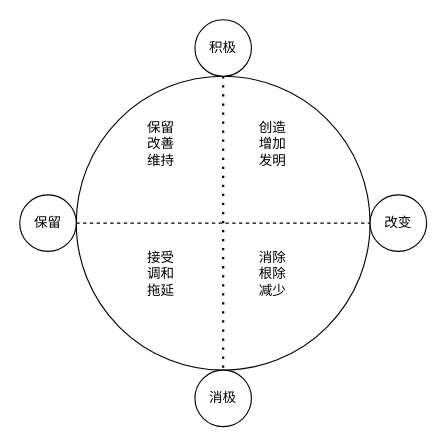
Above: 改变之轮.drawio in jack-sung/test (draw.io), before the change. Source tidied: cells renumbered, new cells numbered last; positions are measured from the earlier drawing's top-left corner, leaving out a move shared by most shapes. Both pictures are drawn from the tidied source at 113%, with x=0, y=0 at pixel (19, 19).
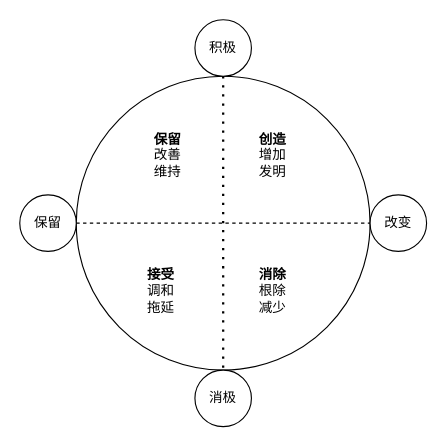
The same page after the edit.

Commit message (it also covers changes not shown here):
更新改变之轮.drawio

The edit, as a diff of the source:
```diff
@@
 <mxGraphModel>
   <root>
     <mxCell id="0" />
     <mxCell id="1" parent="0" />
     <mxCell id="2" style="ellipse;whiteSpace=wrap;html=1;" parent="1" vertex="1">
       <mxGeometry x="50" y="50" width="260" height="260" as="geometry" />
     </mxCell>
     <mxCell id="3" value="积极" style="ellipse;whiteSpace=wrap;html=1;" parent="1" vertex="1">
       <mxGeometry x="155" width="50" height="50" as="geometry" />
     </mxCell>
     <mxCell id="4" value="消极" style="ellipse;whiteSpace=wrap;html=1;" parent="1" vertex="1">
       <mxGeometry x="155" y="310" width="50" height="50" as="geometry" />
     </mxCell>
     <mxCell id="5" value="保留" style="ellipse;whiteSpace=wrap;html=1;" parent="1" vertex="1">
       <mxGeometry y="155" width="50" height="50" as="geometry" />
     </mxCell>
     <mxCell id="6" value="改变" style="ellipse;whiteSpace=wrap;html=1;" parent="1" vertex="1">
       <mxGeometry x="310" y="155" width="50" height="50" as="geometry" />
     </mxCell>
     <mxCell id="7" style="endArrow=none;dashed=1;html=1;dashPattern=1 3;strokeWidth=2;rounded=0;entryX=0.5;entryY=1;entryDx=0;entryDy=0;" parent="1" edge="1" source="3" target="2">
       <mxGeometry relative="1" as="geometry" />
     </mxCell>
     <mxCell id="8" style="endArrow=none;dashed=1;html=1;rounded=0;entryX=0;entryY=0.5;entryDx=0;entryDy=0;" parent="1" edge="1" source="5" target="6">
       <mxGeometry relative="1" as="geometry" />
     </mxCell>
-    <mxCell id="9" value="创造&lt;br&gt;增加&lt;br&gt;发明" style="text;html=1;strokeColor=none;fillColor=none;align=center;verticalAlign=middle;whiteSpace=wrap;rounded=0;" parent="1" vertex="1">
-      <mxGeometry x="194" y="90" width="60" height="40" as="geometry" />
+    <mxCell id="9" value="&lt;b&gt;创造&lt;/b&gt;&lt;br&gt;增加&lt;br&gt;发明" style="text;html=1;strokeColor=none;fillColor=none;align=center;verticalAlign=middle;whiteSpace=wrap;rounded=0;" parent="1" vertex="1">
+      <mxGeometry x="194" y="90" width="60" height="60" as="geometry" />
     </mxCell>
-    <mxCell id="10" value="消除&lt;br&gt;根除&lt;br&gt;减少" style="text;html=1;strokeColor=none;fillColor=none;align=center;verticalAlign=middle;whiteSpace=wrap;rounded=0;" parent="1" vertex="1">
-      <mxGeometry x="194" y="210" width="60" height="30" as="geometry" />
+    <mxCell id="10" value="&lt;b&gt;消除&lt;/b&gt;&lt;br&gt;根除&lt;br&gt;减少" style="text;html=1;strokeColor=none;fillColor=none;align=center;verticalAlign=middle;whiteSpace=wrap;rounded=0;" parent="1" vertex="1">
+      <mxGeometry x="194" y="210" width="60" height="60" as="geometry" />
     </mxCell>
-    <mxCell id="11" value="保留&lt;br&gt;改善&lt;br&gt;维持" style="text;html=1;strokeColor=none;fillColor=none;align=center;verticalAlign=middle;whiteSpace=wrap;rounded=0;" parent="1" vertex="1">
-      <mxGeometry x="95" y="95" width="60" height="30" as="geometry" />
+    <mxCell id="11" value="&lt;b&gt;保留&lt;/b&gt;&lt;br&gt;改善&lt;br&gt;维持" style="text;html=1;strokeColor=none;fillColor=none;align=center;verticalAlign=middle;whiteSpace=wrap;rounded=0;" parent="1" vertex="1">
+      <mxGeometry x="101" y="90" width="60" height="60" as="geometry" />
     </mxCell>
-    <mxCell id="12" value="接受&lt;br&gt;调和&lt;br&gt;拖延" style="text;html=1;strokeColor=none;fillColor=none;align=center;verticalAlign=middle;whiteSpace=wrap;rounded=0;" parent="1" vertex="1">
-      <mxGeometry x="95" y="210" width="60" height="30" as="geometry" />
+    <mxCell id="12" value="&lt;b&gt;接受&lt;/b&gt;&lt;br&gt;调和&lt;br&gt;拖延" style="text;html=1;strokeColor=none;fillColor=none;align=center;verticalAlign=middle;whiteSpace=wrap;rounded=0;" parent="1" vertex="1">
+      <mxGeometry x="95" y="210" width="60" height="59" as="geometry" />
     </mxCell>
   </root>
 </mxGraphModel>
```
